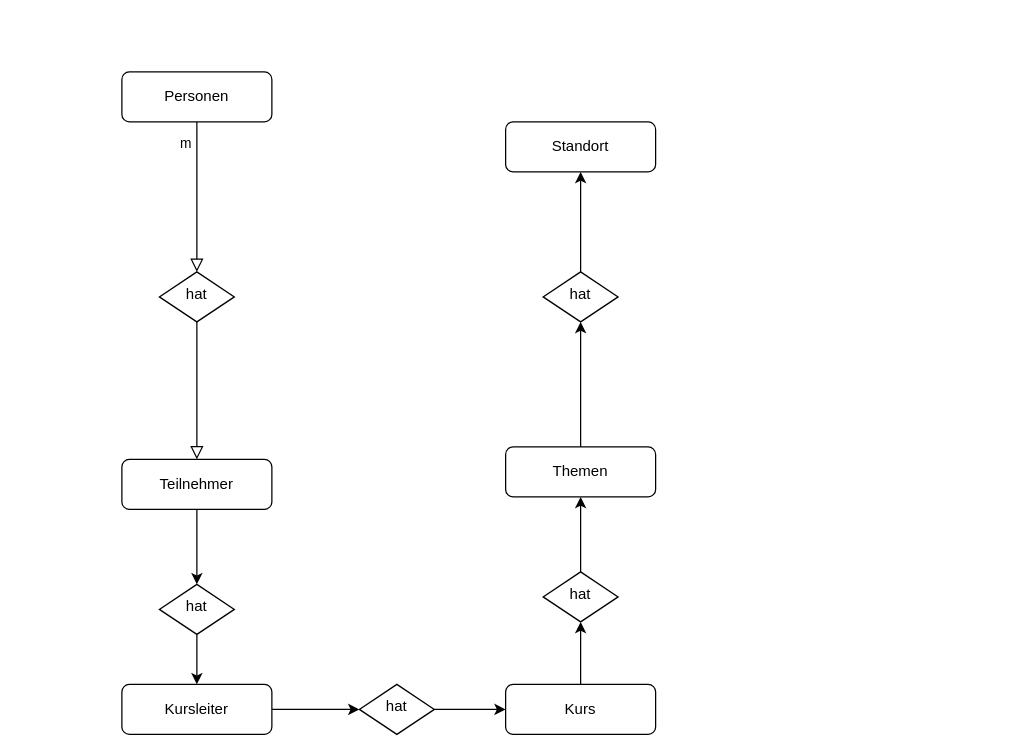
Before: SUD/Kursverwaltung.drawio in DavidSt2023/Danger_Gang_GVI, a draw.io diagram. Source tidied: cells renumbered, new cells numbered last; positions are measured from the earlier drawing's top-left corner, leaving out a move shared by most shapes. Both pictures are drawn from the tidied source at 125%, with x=0, y=0 at pixel (121, 71).
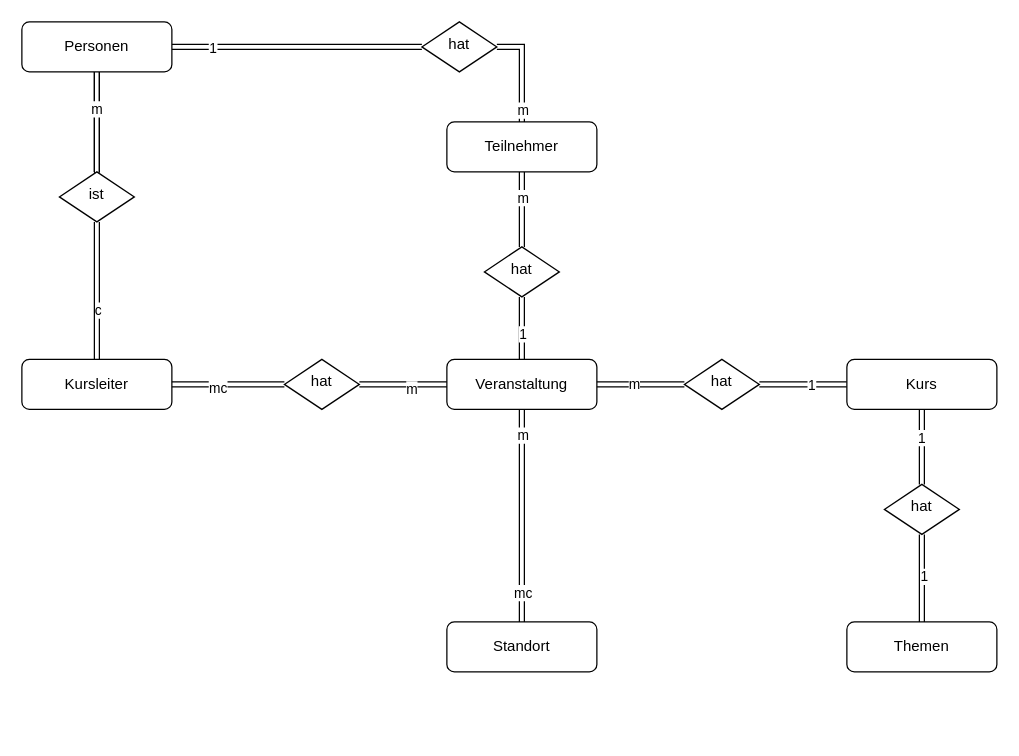
Above is the later version.

Commit message (it also covers changes not shown here):
Veranstaltung ERD

Diff of the diagram source:
```diff
@@
-    <mxCell id="2" style="rounded=0;html=1;jettySize=auto;fontSize=11;endArrow=block;endFill=0;endSize=8;strokeWidth=1;shadow=0;labelBackgroundColor=none;edgeStyle=orthogonalEdgeStyle;" parent="1" edge="1" source="4" target="6">
-      <mxGeometry relative="1" as="geometry" />
-    </mxCell>
-    <mxCell id="3" value="m" style="edgeLabel;html=1;align=center;verticalAlign=middle;" parent="2" vertex="1">
-      <mxGeometry x="-0.74" y="1" relative="1" as="geometry">
-        <mxPoint x="-11" as="offset" />
-      </mxGeometry>
-    </mxCell>
+    <mxCell id="24" style="edgeStyle=orthogonalEdgeStyle;shape=link;rounded=0;jettySize=auto;html=1;entryX=0;entryY=0.5;entryDx=0;entryDy=0;" parent="1" edge="1" source="4" target="12">
+      <mxGeometry relative="1" as="geometry" />
+    </mxCell>
+    <mxCell id="25" value="1" style="edgeLabel;html=1;align=center;verticalAlign=middle;" parent="24" vertex="1">
+      <mxGeometry x="-0.75" y="6" relative="1" as="geometry">
+        <mxPoint x="7" y="6" as="offset" />
+      </mxGeometry>
+    </mxCell>
+    <mxCell id="26" style="edgeStyle=orthogonalEdgeStyle;shape=link;rounded=0;jettySize=auto;html=1;" parent="1" edge="1" source="44">
+      <mxGeometry relative="1" as="geometry">
+        <mxPoint x="-20" y="90" as="targetPoint" />
+      </mxGeometry>
+    </mxCell>
     <mxCell id="4" value="Personen" style="rounded=1;whiteSpace=wrap;html=1;fontSize=12;glass=0;strokeWidth=1;shadow=0;" parent="1" vertex="1">
-      <mxGeometry width="120" height="40" as="geometry" />
+      <mxGeometry x="-80" y="-40" width="120" height="40" as="geometry" />
     </mxCell>
-    <mxCell id="5" style="edgeStyle=orthogonalEdgeStyle;rounded=0;html=1;jettySize=auto;fontSize=11;endArrow=block;endFill=0;endSize=8;strokeWidth=1;shadow=0;labelBackgroundColor=none;" parent="1" edge="1" source="6" target="8">
+    <mxCell id="5" style="edgeStyle=orthogonalEdgeStyle;rounded=0;html=1;jettySize=auto;fontSize=11;endArrow=block;endFill=0;endSize=8;strokeWidth=1;shadow=0;labelBackgroundColor=none;shape=link;" parent="1" edge="1" source="6" target="8">
       <mxGeometry y="10" relative="1" as="geometry" />
     </mxCell>
+    <mxCell id="27" value="m" style="edgeLabel;html=1;align=center;verticalAlign=middle;" parent="5" vertex="1">
+      <mxGeometry x="0.33" relative="1" as="geometry" />
+    </mxCell>
+    <mxCell id="28" style="edgeStyle=orthogonalEdgeStyle;rounded=0;jettySize=auto;html=1;shape=link;" parent="1" edge="1" source="6" target="10">
+      <mxGeometry relative="1" as="geometry" />
+    </mxCell>
+    <mxCell id="29" value="1" style="edgeLabel;html=1;align=center;verticalAlign=middle;" parent="28" vertex="1">
+      <mxGeometry x="0.16" y="-1" relative="1" as="geometry">
+        <mxPoint x="1" as="offset" />
+      </mxGeometry>
+    </mxCell>
     <mxCell id="6" value="hat" style="rhombus;whiteSpace=wrap;html=1;shadow=0;fontFamily=Helvetica;fontSize=12;align=center;strokeWidth=1;spacing=6;spacingTop=-4;" parent="1" vertex="1">
-      <mxGeometry x="30" y="160" width="60" height="40" as="geometry" />
+      <mxGeometry x="290" y="140" width="60" height="40" as="geometry" />
     </mxCell>
-    <mxCell id="7" style="edgeStyle=orthogonalEdgeStyle;rounded=0;jettySize=auto;html=1;" parent="1" edge="1" source="8" target="12">
+    <mxCell id="7" style="edgeStyle=orthogonalEdgeStyle;rounded=0;jettySize=auto;html=1;shape=link;entryX=1;entryY=0.5;entryDx=0;entryDy=0;" parent="1" edge="1" source="8" target="12">
       <mxGeometry relative="1" as="geometry" />
     </mxCell>
+    <mxCell id="30" value="m" style="edgeLabel;html=1;align=center;verticalAlign=middle;" parent="7" vertex="1">
+      <mxGeometry x="-0.08" y="1" relative="1" as="geometry">
+        <mxPoint x="1" y="27" as="offset" />
+      </mxGeometry>
+    </mxCell>
     <mxCell id="8" value="Teilnehmer" style="rounded=1;whiteSpace=wrap;html=1;fontSize=12;glass=0;strokeWidth=1;shadow=0;" parent="1" vertex="1">
-      <mxGeometry y="310" width="120" height="40" as="geometry" />
+      <mxGeometry x="260" y="40" width="120" height="40" as="geometry" />
     </mxCell>
-    <mxCell id="9" style="edgeStyle=orthogonalEdgeStyle;rounded=0;jettySize=auto;html=1;entryX=0;entryY=0.5;entryDx=0;entryDy=0;" parent="1" edge="1" source="10" target="18">
-      <mxGeometry relative="1" as="geometry" />
-    </mxCell>
-    <mxCell id="10" value="Kursleiter" style="rounded=1;whiteSpace=wrap;html=1;fontSize=12;glass=0;strokeWidth=1;shadow=0;" parent="1" vertex="1">
-      <mxGeometry y="490" width="120" height="40" as="geometry" />
+    <mxCell id="10" value="Veranstaltung" style="rounded=1;whiteSpace=wrap;html=1;fontSize=12;glass=0;strokeWidth=1;shadow=0;" parent="1" vertex="1">
+      <mxGeometry x="260" y="230" width="120" height="40" as="geometry" />
     </mxCell>
-    <mxCell id="11" style="edgeStyle=orthogonalEdgeStyle;rounded=0;jettySize=auto;html=1;" parent="1" edge="1" source="12" target="10">
-      <mxGeometry relative="1" as="geometry" />
-    </mxCell>
     <mxCell id="12" value="hat" style="rhombus;whiteSpace=wrap;html=1;shadow=0;fontFamily=Helvetica;fontSize=12;align=center;strokeWidth=1;spacing=6;spacingTop=-4;" parent="1" vertex="1">
-      <mxGeometry x="30" y="410" width="60" height="40" as="geometry" />
+      <mxGeometry x="240" y="-40" width="60" height="40" as="geometry" />
     </mxCell>
-    <mxCell id="13" style="edgeStyle=orthogonalEdgeStyle;rounded=0;jettySize=auto;html=1;entryX=0.5;entryY=1;entryDx=0;entryDy=0;" parent="1" edge="1" source="14" target="20">
-      <mxGeometry relative="1" as="geometry" />
-    </mxCell>
-    <mxCell id="14" value="Kurs" style="rounded=1;whiteSpace=wrap;html=1;fontSize=12;glass=0;strokeWidth=1;shadow=0;" parent="1" vertex="1">
-      <mxGeometry x="307" y="490" width="120" height="40" as="geometry" />
+    <mxCell id="14" value="Kursleiter" style="rounded=1;whiteSpace=wrap;html=1;fontSize=12;glass=0;strokeWidth=1;shadow=0;" parent="1" vertex="1">
+      <mxGeometry x="-80" y="230" width="120" height="40" as="geometry" />
     </mxCell>
-    <mxCell id="15" style="edgeStyle=orthogonalEdgeStyle;rounded=0;jettySize=auto;html=1;entryX=0.5;entryY=1;entryDx=0;entryDy=0;" parent="1" edge="1" source="16" target="23">
+    <mxCell id="15" style="edgeStyle=orthogonalEdgeStyle;rounded=0;jettySize=auto;html=1;shape=link;entryX=1;entryY=0.5;entryDx=0;entryDy=0;" parent="1" edge="1" source="16" target="23">
       <mxGeometry relative="1" as="geometry" />
     </mxCell>
+    <mxCell id="31" value="1" style="edgeLabel;html=1;align=center;verticalAlign=middle;" parent="15" vertex="1">
+      <mxGeometry x="-0.16" relative="1" as="geometry" />
+    </mxCell>
-    <mxCell id="16" value="Themen" style="rounded=1;whiteSpace=wrap;html=1;fontSize=12;glass=0;strokeWidth=1;shadow=0;" parent="1" vertex="1">
-      <mxGeometry x="307" y="300" width="120" height="40" as="geometry" />
+    <mxCell id="16" value="Kurs" style="rounded=1;whiteSpace=wrap;html=1;fontSize=12;glass=0;strokeWidth=1;shadow=0;" parent="1" vertex="1">
+      <mxGeometry x="580" y="230" width="120" height="40" as="geometry" />
     </mxCell>
-    <mxCell id="17" style="edgeStyle=orthogonalEdgeStyle;rounded=0;jettySize=auto;html=1;entryX=0;entryY=0.5;entryDx=0;entryDy=0;" parent="1" edge="1" source="18" target="14">
+    <mxCell id="17" style="edgeStyle=orthogonalEdgeStyle;rounded=0;jettySize=auto;html=1;entryX=1;entryY=0.5;entryDx=0;entryDy=0;shape=link;" parent="1" edge="1" source="18" target="14">
       <mxGeometry relative="1" as="geometry" />
     </mxCell>
+    <mxCell id="32" value="mc" style="edgeLabel;html=1;align=center;verticalAlign=middle;" parent="17" vertex="1">
+      <mxGeometry x="0.38" y="2" relative="1" as="geometry">
+        <mxPoint x="8" as="offset" />
+      </mxGeometry>
+    </mxCell>
+    <mxCell id="33" style="edgeStyle=orthogonalEdgeStyle;rounded=0;jettySize=auto;html=1;entryX=0;entryY=0.5;entryDx=0;entryDy=0;shape=link;" parent="1" edge="1" source="18" target="10">
+      <mxGeometry relative="1" as="geometry" />
+    </mxCell>
+    <mxCell id="34" value="m" style="edgeLabel;html=1;align=center;verticalAlign=middle;" parent="33" vertex="1">
+      <mxGeometry x="0.18" y="-3" relative="1" as="geometry" />
+    </mxCell>
     <mxCell id="18" value="hat" style="rhombus;whiteSpace=wrap;html=1;shadow=0;fontFamily=Helvetica;fontSize=12;align=center;strokeWidth=1;spacing=6;spacingTop=-4;" parent="1" vertex="1">
-      <mxGeometry x="190" y="490" width="60" height="40" as="geometry" />
+      <mxGeometry x="130" y="230" width="60" height="40" as="geometry" />
     </mxCell>
+    <mxCell id="35" style="edgeStyle=orthogonalEdgeStyle;rounded=0;jettySize=auto;html=1;shape=link;" parent="1" edge="1" source="21" target="10">
+      <mxGeometry relative="1" as="geometry" />
+    </mxCell>
+    <mxCell id="36" value="mc" style="edgeLabel;html=1;align=center;verticalAlign=middle;" parent="35" vertex="1">
+      <mxGeometry x="-0.83" relative="1" as="geometry">
+        <mxPoint y="-10" as="offset" />
+      </mxGeometry>
+    </mxCell>
+    <mxCell id="37" value="m" style="edgeLabel;html=1;align=center;verticalAlign=middle;" parent="35" vertex="1">
+      <mxGeometry x="0.8" y="-4" relative="1" as="geometry">
+        <mxPoint x="-4" y="3" as="offset" />
+      </mxGeometry>
+    </mxCell>
+    <mxCell id="21" value="Standort" style="rounded=1;whiteSpace=wrap;html=1;fontSize=12;glass=0;strokeWidth=1;shadow=0;" parent="1" vertex="1">
+      <mxGeometry x="260" y="440" width="120" height="40" as="geometry" />
+    </mxCell>
+    <mxCell id="38" value="m" style="edgeStyle=orthogonalEdgeStyle;shape=link;rounded=0;jettySize=auto;html=1;" parent="1" edge="1" source="23" target="10">
+      <mxGeometry x="0.14" relative="1" as="geometry" />
+    </mxCell>
+    <mxCell id="23" value="hat" style="rhombus;whiteSpace=wrap;html=1;shadow=0;fontFamily=Helvetica;fontSize=12;align=center;strokeWidth=1;spacing=6;spacingTop=-4;" parent="1" vertex="1">
+      <mxGeometry x="450" y="230" width="60" height="40" as="geometry" />
+    </mxCell>
+    <mxCell id="39" style="edgeStyle=orthogonalEdgeStyle;rounded=0;orthogonalLoop=1;jettySize=auto;html=1;exitX=0.5;exitY=1;exitDx=0;exitDy=0;" parent="1" edge="1" source="16" target="16">
+      <mxGeometry relative="1" as="geometry" />
+    </mxCell>
+    <mxCell id="40" style="edgeStyle=orthogonalEdgeStyle;shape=link;rounded=0;jettySize=auto;html=1;" parent="1" edge="1" source="44" target="4">
+      <mxGeometry relative="1" as="geometry" />
+    </mxCell>
+    <mxCell id="41" value="m" style="edgeStyle=orthogonalEdgeStyle;shape=link;rounded=0;jettySize=auto;html=1;" parent="1" edge="1" source="4" target="44">
+      <mxGeometry x="-0.25" relative="1" as="geometry" />
+    </mxCell>
+    <mxCell id="42" style="edgeStyle=orthogonalEdgeStyle;shape=link;rounded=0;jettySize=auto;html=1;entryX=0.5;entryY=0;entryDx=0;entryDy=0;" parent="1" edge="1" source="44" target="14">
+      <mxGeometry relative="1" as="geometry" />
+    </mxCell>
+    <mxCell id="43" value="c" style="edgeLabel;html=1;align=center;verticalAlign=middle;" parent="42" vertex="1">
+      <mxGeometry x="0.24" y="2" relative="1" as="geometry">
+        <mxPoint x="-2" y="2" as="offset" />
+      </mxGeometry>
+    </mxCell>
+    <mxCell id="44" value="ist" style="rhombus;whiteSpace=wrap;html=1;shadow=0;fontFamily=Helvetica;fontSize=12;align=center;strokeWidth=1;spacing=6;spacingTop=-4;" parent="1" vertex="1">
+      <mxGeometry x="-50" y="80" width="60" height="40" as="geometry" />
+    </mxCell>
+    <mxCell id="45" style="edgeStyle=orthogonalEdgeStyle;shape=link;rounded=0;jettySize=auto;html=1;entryX=0.5;entryY=1;entryDx=0;entryDy=0;" parent="1" edge="1" source="47" target="20">
+      <mxGeometry relative="1" as="geometry" />
+    </mxCell>
+    <mxCell id="46" value="1" style="edgeLabel;html=1;align=center;verticalAlign=middle;" parent="45" vertex="1">
+      <mxGeometry x="0.05" y="-1" relative="1" as="geometry" />
+    </mxCell>
+    <mxCell id="47" value="Themen" style="rounded=1;whiteSpace=wrap;html=1;fontSize=12;glass=0;strokeWidth=1;shadow=0;" parent="1" vertex="1">
+      <mxGeometry x="580" y="440" width="120" height="40" as="geometry" />
+    </mxCell>
-    <mxCell id="19" style="edgeStyle=orthogonalEdgeStyle;rounded=0;jettySize=auto;html=1;entryX=0.5;entryY=1;entryDx=0;entryDy=0;" parent="1" edge="1" source="20" target="16">
+    <mxCell id="19" style="edgeStyle=orthogonalEdgeStyle;shape=link;rounded=0;jettySize=auto;html=1;entryX=0.5;entryY=1;entryDx=0;entryDy=0;" parent="1" edge="1" source="20" target="16">
       <mxGeometry relative="1" as="geometry" />
     </mxCell>
+    <mxCell id="48" value="1" style="edgeLabel;html=1;align=center;verticalAlign=middle;" parent="19" vertex="1">
+      <mxGeometry x="0.28" y="1" relative="1" as="geometry" />
+    </mxCell>
     <mxCell id="20" value="hat" style="rhombus;whiteSpace=wrap;html=1;shadow=0;fontFamily=Helvetica;fontSize=12;align=center;strokeWidth=1;spacing=6;spacingTop=-4;" parent="1" vertex="1">
-      <mxGeometry x="337" y="400" width="60" height="40" as="geometry" />
+      <mxGeometry x="610" y="330" width="60" height="40" as="geometry" />
     </mxCell>
-    <mxCell id="21" value="Standort" style="rounded=1;whiteSpace=wrap;html=1;fontSize=12;glass=0;strokeWidth=1;shadow=0;" parent="1" vertex="1">
-      <mxGeometry x="307" y="40" width="120" height="40" as="geometry" />
-    </mxCell>
-    <mxCell id="22" style="edgeStyle=orthogonalEdgeStyle;rounded=0;jettySize=auto;html=1;entryX=0.5;entryY=1;entryDx=0;entryDy=0;" parent="1" edge="1" source="23" target="21">
-      <mxGeometry relative="1" as="geometry" />
-    </mxCell>
-    <mxCell id="23" value="hat" style="rhombus;whiteSpace=wrap;html=1;shadow=0;fontFamily=Helvetica;fontSize=12;align=center;strokeWidth=1;spacing=6;spacingTop=-4;" parent="1" vertex="1">
-      <mxGeometry x="337" y="160" width="60" height="40" as="geometry" />
-    </mxCell>
```
